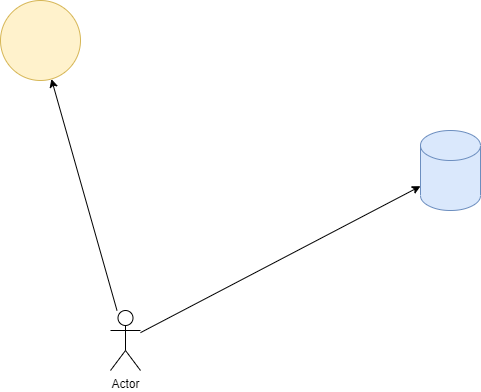
This is test.png from wojga-orsted/drawio-test, a draw.io export, as it was before one commit. Source tidied: cells renumbered, new cells last; positions are measured from the earlier drawing's top-left corner, leaving out a move shared by most shapes.
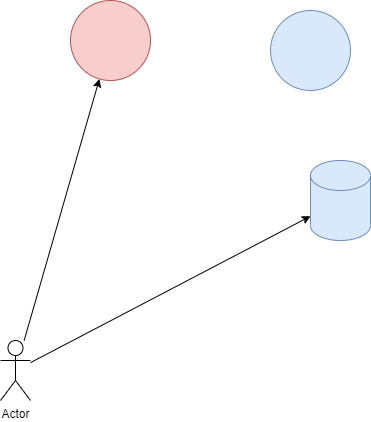
After the commit.

Diff of the diagram source:
```diff
@@ -2,8 +2,8 @@
   <root>
     <mxCell id="0" />
     <mxCell id="1" parent="0" />
-    <mxCell id="2" style="ellipse;whiteSpace=wrap;html=1;fillColor=#fff2cc;strokeColor=#d6b656;" parent="1" vertex="1">
-      <mxGeometry width="80" height="80" as="geometry" />
+    <mxCell id="2" style="ellipse;whiteSpace=wrap;html=1;fillColor=#f8cecc;strokeColor=#b85450;" parent="1" vertex="1">
+      <mxGeometry x="180" y="-30" width="80" height="80" as="geometry" />
     </mxCell>
     <mxCell id="3" style="shape=cylinder3;whiteSpace=wrap;html=1;boundedLbl=1;backgroundOutline=1;size=15;fillColor=#dae8fc;strokeColor=#6c8ebf;" parent="1" vertex="1">
       <mxGeometry x="420" y="130" width="60" height="80" as="geometry" />
@@ -17,5 +17,8 @@
     <mxCell id="6" value="Actor" style="shape=umlActor;verticalLabelPosition=bottom;verticalAlign=top;html=1;outlineConnect=0;" parent="1" vertex="1">
       <mxGeometry x="110" y="310" width="30" height="60" as="geometry" />
     </mxCell>
+    <mxCell id="7" style="ellipse;whiteSpace=wrap;html=1;fillColor=#dae8fc;strokeColor=#6c8ebf;" parent="1" vertex="1">
+      <mxGeometry x="380" y="-20" width="80" height="80" as="geometry" />
+    </mxCell>
   </root>
 </mxGraphModel>
```
